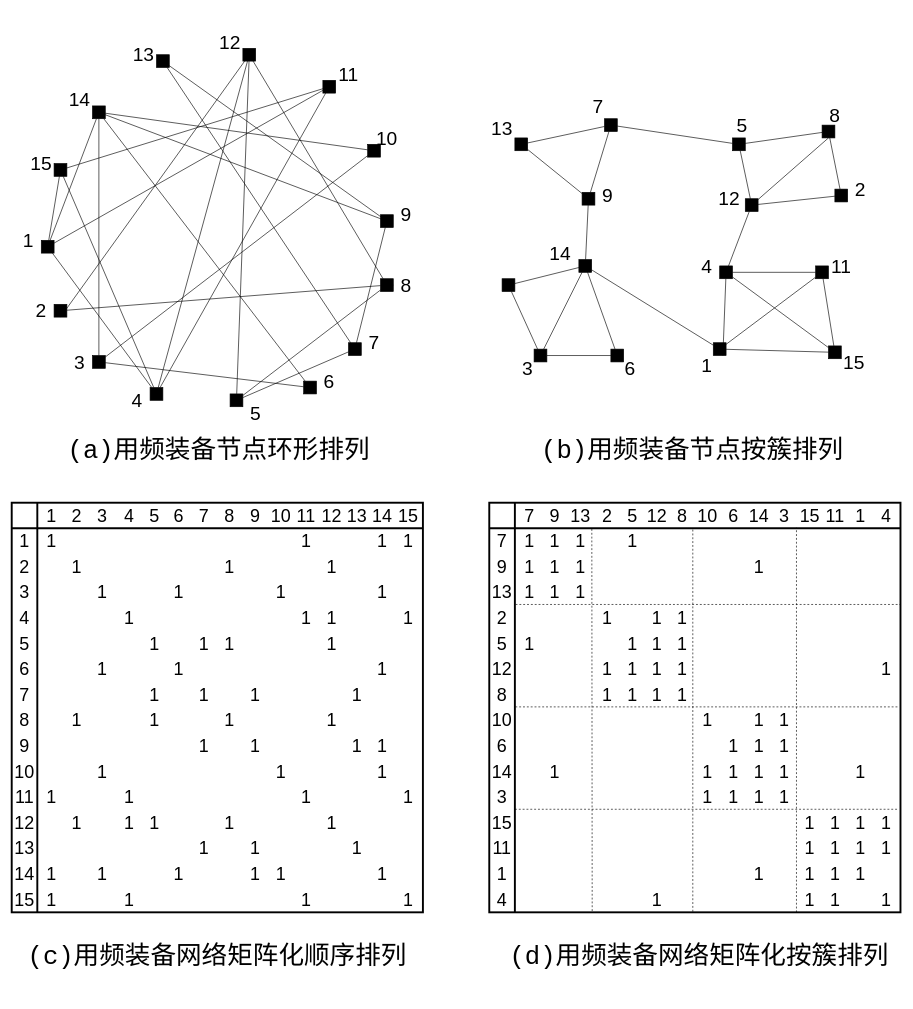
The draw.io diagram Untitled Diagram.drawio in liuming14/-, before the edit. Source tidied: cells renumbered, new cells numbered last; positions are measured from the earlier drawing's top-left corner, leaving out a move shared by most shapes. Both pictures are drawn from the tidied source at 64%, with x=0, y=0 at pixel (12, 35).
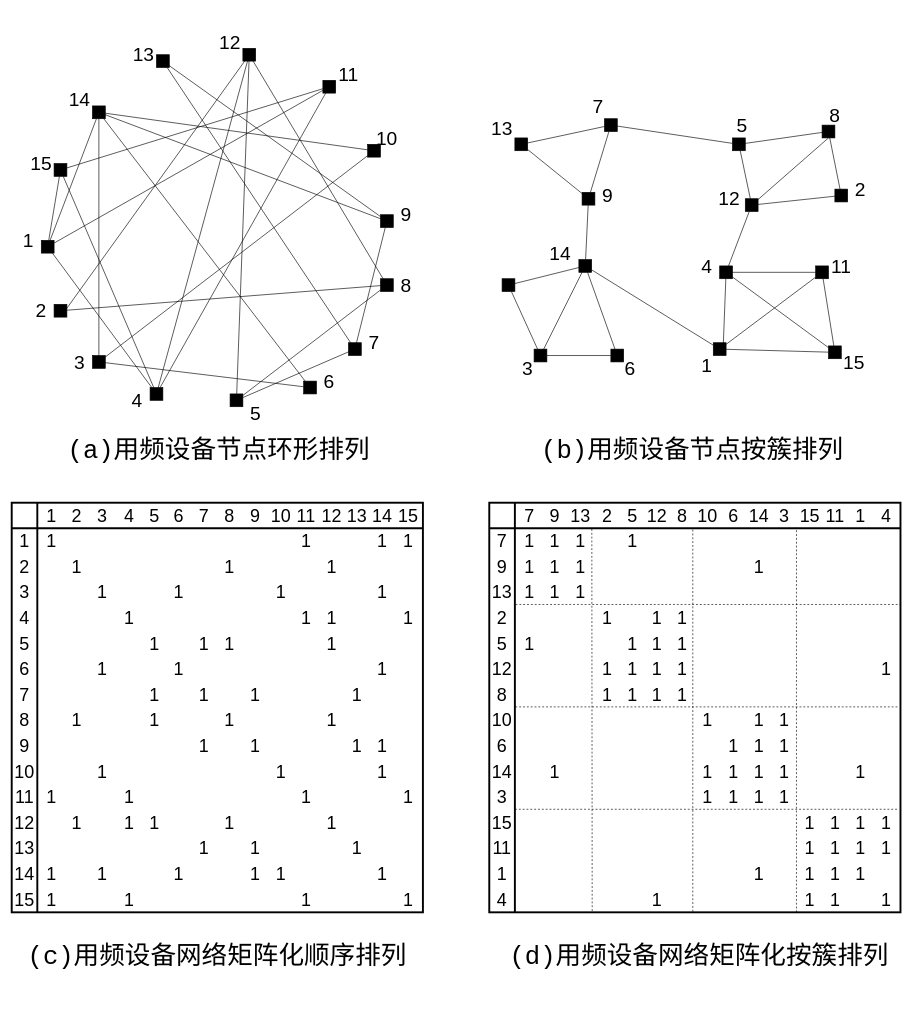
After the change.

Change to the diagram source:
```diff
@@
-    <mxCell id="124" value="&lt;div style=&quot;font-size: 40px&quot; align=&quot;center&quot;&gt;&lt;pre&gt;&lt;font style=&quot;font-size: 40px&quot;&gt;(b)用频装备节点按簇排列&lt;/font&gt;&lt;/pre&gt;&lt;/div&gt;" style="text;html=1;strokeColor=none;fillColor=none;align=center;verticalAlign=middle;whiteSpace=wrap;rounded=0;fontSize=12;" parent="1" vertex="1">
+    <mxCell id="124" value="&lt;div style=&quot;font-size: 40px&quot; align=&quot;center&quot;&gt;&lt;pre&gt;&lt;font style=&quot;font-size: 40px&quot;&gt;(b)用频设备节点按簇排列&lt;/font&gt;&lt;/pre&gt;&lt;/div&gt;" style="text;html=1;strokeColor=none;fillColor=none;align=center;verticalAlign=middle;whiteSpace=wrap;rounded=0;fontSize=12;" parent="1" vertex="1">
       <mxGeometry x="946" y="640" width="235" height="20" as="geometry" />
     </mxCell>
-    <mxCell id="125" value="&lt;pre style=&quot;font-size: 40px&quot;&gt;&lt;font style=&quot;font-size: 40px&quot;&gt;(a)用频装备节点环形排列&lt;/font&gt;&lt;/pre&gt;" style="text;html=1;strokeColor=none;fillColor=none;align=center;verticalAlign=middle;whiteSpace=wrap;rounded=0;fontSize=12;" parent="1" vertex="1">
+    <mxCell id="125" value="&lt;pre style=&quot;font-size: 40px&quot;&gt;&lt;font style=&quot;font-size: 40px&quot;&gt;(a)用频设备节点环形排列&lt;/font&gt;&lt;/pre&gt;" style="text;html=1;strokeColor=none;fillColor=none;align=center;verticalAlign=middle;whiteSpace=wrap;rounded=0;fontSize=12;" parent="1" vertex="1">
       <mxGeometry x="206" y="640" width="235" height="20" as="geometry" />
     </mxCell>
@@
-    <mxCell id="712" value="&lt;pre style=&quot;font-size: 40px&quot;&gt;&lt;font style=&quot;font-size: 40px&quot;&gt;(d)用频装备网络矩阵化按簇排列&lt;/font&gt;&lt;/pre&gt;" style="text;whiteSpace=wrap;html=1;fontSize=28;fontFamily=Helvetica;fontColor=none;" parent="1" vertex="1">
+    <mxCell id="712" value="&lt;pre style=&quot;font-size: 40px&quot;&gt;&lt;font style=&quot;font-size: 40px&quot;&gt;(d)用频设备网络矩阵化按簇排列&lt;/font&gt;&lt;/pre&gt;" style="text;whiteSpace=wrap;html=1;fontSize=28;fontFamily=Helvetica;fontColor=none;" parent="1" vertex="1">
       <mxGeometry x="776" y="1370" width="430" height="120" as="geometry" />
     </mxCell>
-    <mxCell id="713" value="&lt;pre style=&quot;font-size: 40px&quot;&gt;&lt;font style=&quot;font-size: 40px&quot;&gt;(c)用频装备网络矩阵化顺序排列&lt;/font&gt;&lt;/pre&gt;" style="text;whiteSpace=wrap;html=1;fontSize=28;fontFamily=Helvetica;fontColor=none;align=center;" parent="1" vertex="1">
+    <mxCell id="713" value="&lt;pre style=&quot;font-size: 40px&quot;&gt;&lt;font style=&quot;font-size: 40px&quot;&gt;(c)用频设备网络矩阵化顺序排列&lt;/font&gt;&lt;/pre&gt;" style="text;whiteSpace=wrap;html=1;fontSize=28;fontFamily=Helvetica;fontColor=none;align=center;" parent="1" vertex="1">
       <mxGeometry x="106" y="1370" width="430" height="120" as="geometry" />
     </mxCell>
```
